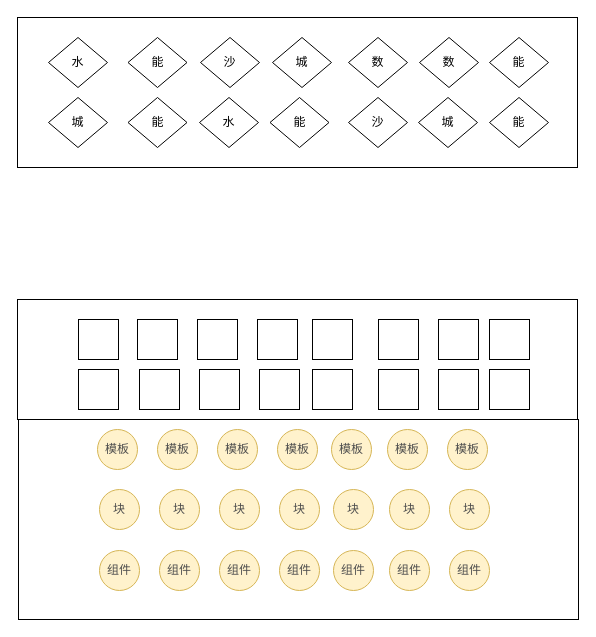
This is 低代码—预期项目架构.drawio from tangyaosimida/love, a draw.io file, before an edit. Source tidied: cells renumbered, new cells numbered last; positions are measured from the earlier drawing's top-left corner, leaving out a move shared by most shapes. Both pictures are drawn from the tidied source at 100%, with x=0, y=0 at pixel (17, 17).
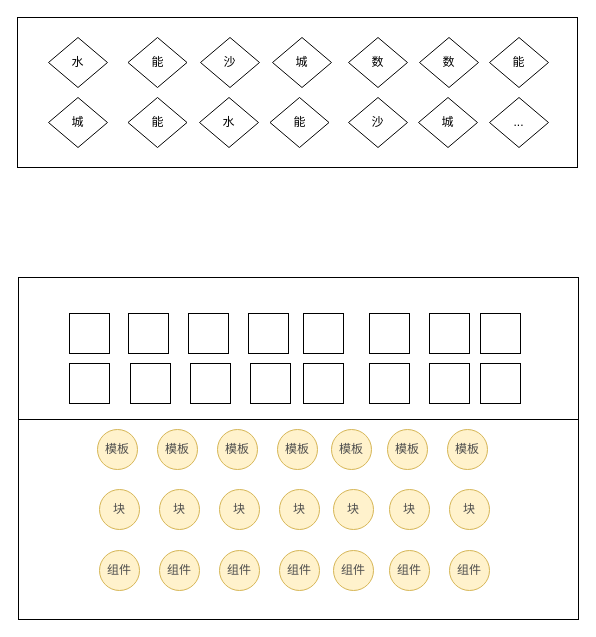
Above is the later version.

Commit message (it also covers changes not shown here):
更新低代码—预期项目架构.drawio

Change to the diagram source:
```diff
@@
     <mxCell id="4" style="rounded=0;whiteSpace=wrap;html=1;" parent="1" vertex="1">
-      <mxGeometry y="282" width="560" height="120" as="geometry" />
+      <mxGeometry x="1" y="260" width="560" height="142" as="geometry" />
     </mxCell>
@@
     <mxCell id="26" style="whiteSpace=wrap;html=1;" parent="1" vertex="1">
-      <mxGeometry x="61" y="302" width="40" height="40" as="geometry" />
+      <mxGeometry x="52" y="296" width="40" height="40" as="geometry" />
     </mxCell>
     <mxCell id="27" style="whiteSpace=wrap;html=1;" parent="1" vertex="1">
-      <mxGeometry x="120" y="302" width="40" height="40" as="geometry" />
+      <mxGeometry x="111" y="296" width="40" height="40" as="geometry" />
     </mxCell>
     <mxCell id="28" style="whiteSpace=wrap;html=1;" parent="1" vertex="1">
-      <mxGeometry x="180" y="302" width="40" height="40" as="geometry" />
+      <mxGeometry x="171" y="296" width="40" height="40" as="geometry" />
     </mxCell>
     <mxCell id="29" style="whiteSpace=wrap;html=1;" parent="1" vertex="1">
-      <mxGeometry x="240" y="302" width="40" height="40" as="geometry" />
+      <mxGeometry x="231" y="296" width="40" height="40" as="geometry" />
     </mxCell>
     <mxCell id="30" style="whiteSpace=wrap;html=1;" parent="1" vertex="1">
-      <mxGeometry x="295" y="302" width="40" height="40" as="geometry" />
+      <mxGeometry x="286" y="296" width="40" height="40" as="geometry" />
     </mxCell>
     <mxCell id="31" style="whiteSpace=wrap;html=1;" parent="1" vertex="1">
-      <mxGeometry x="361" y="302" width="40" height="40" as="geometry" />
+      <mxGeometry x="352" y="296" width="40" height="40" as="geometry" />
     </mxCell>
     <mxCell id="32" style="whiteSpace=wrap;html=1;" parent="1" vertex="1">
-      <mxGeometry x="421" y="302" width="40" height="40" as="geometry" />
+      <mxGeometry x="412" y="296" width="40" height="40" as="geometry" />
     </mxCell>
     <mxCell id="33" style="whiteSpace=wrap;html=1;" parent="1" vertex="1">
-      <mxGeometry x="472" y="302" width="40" height="40" as="geometry" />
+      <mxGeometry x="463" y="296" width="40" height="40" as="geometry" />
     </mxCell>
     <mxCell id="34" style="whiteSpace=wrap;html=1;" parent="1" vertex="1">
-      <mxGeometry x="61" y="352" width="40" height="40" as="geometry" />
+      <mxGeometry x="52" y="346" width="40" height="40" as="geometry" />
     </mxCell>
     <mxCell id="35" style="whiteSpace=wrap;html=1;" parent="1" vertex="1">
-      <mxGeometry x="122" y="352" width="40" height="40" as="geometry" />
+      <mxGeometry x="113" y="346" width="40" height="40" as="geometry" />
     </mxCell>
     <mxCell id="36" style="whiteSpace=wrap;html=1;" parent="1" vertex="1">
-      <mxGeometry x="182" y="352" width="40" height="40" as="geometry" />
+      <mxGeometry x="173" y="346" width="40" height="40" as="geometry" />
     </mxCell>
     <mxCell id="37" style="whiteSpace=wrap;html=1;" parent="1" vertex="1">
-      <mxGeometry x="242" y="352" width="40" height="40" as="geometry" />
+      <mxGeometry x="233" y="346" width="40" height="40" as="geometry" />
     </mxCell>
     <mxCell id="38" style="whiteSpace=wrap;html=1;" parent="1" vertex="1">
-      <mxGeometry x="295" y="352" width="40" height="40" as="geometry" />
+      <mxGeometry x="286" y="346" width="40" height="40" as="geometry" />
     </mxCell>
     <mxCell id="39" style="whiteSpace=wrap;html=1;" parent="1" vertex="1">
-      <mxGeometry x="361" y="352" width="40" height="40" as="geometry" />
+      <mxGeometry x="352" y="346" width="40" height="40" as="geometry" />
     </mxCell>
     <mxCell id="40" style="whiteSpace=wrap;html=1;" parent="1" vertex="1">
-      <mxGeometry x="421" y="352" width="40" height="40" as="geometry" />
+      <mxGeometry x="412" y="346" width="40" height="40" as="geometry" />
     </mxCell>
     <mxCell id="41" style="whiteSpace=wrap;html=1;" parent="1" vertex="1">
-      <mxGeometry x="472" y="352" width="40" height="40" as="geometry" />
+      <mxGeometry x="463" y="346" width="40" height="40" as="geometry" />
     </mxCell>
@@
-    <mxCell id="55" value="能" style="rhombus;whiteSpace=wrap;html=1;" parent="1" vertex="1">
+    <mxCell id="55" value="..." style="rhombus;whiteSpace=wrap;html=1;" parent="1" vertex="1">
       <mxGeometry x="472" y="80" width="59" height="50" as="geometry" />
     </mxCell>
```
